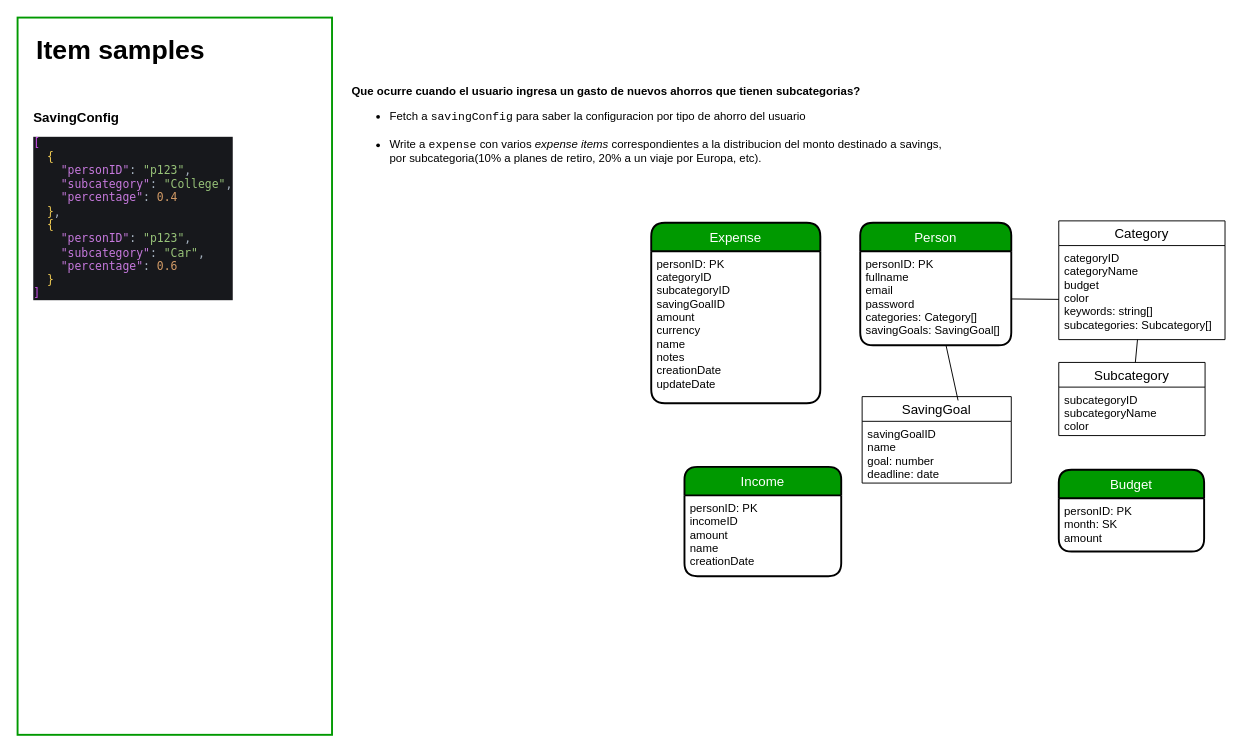
Before: diagrams/money-diagrams.drawio in JoelD7/money, a draw.io diagram. Source tidied: cells renumbered, new cells numbered last; positions are measured from the earlier drawing's top-left corner, leaving out a move shared by most shapes. Both pictures are drawn from the tidied source at 95%, with x=0, y=0 at pixel (17, 17).
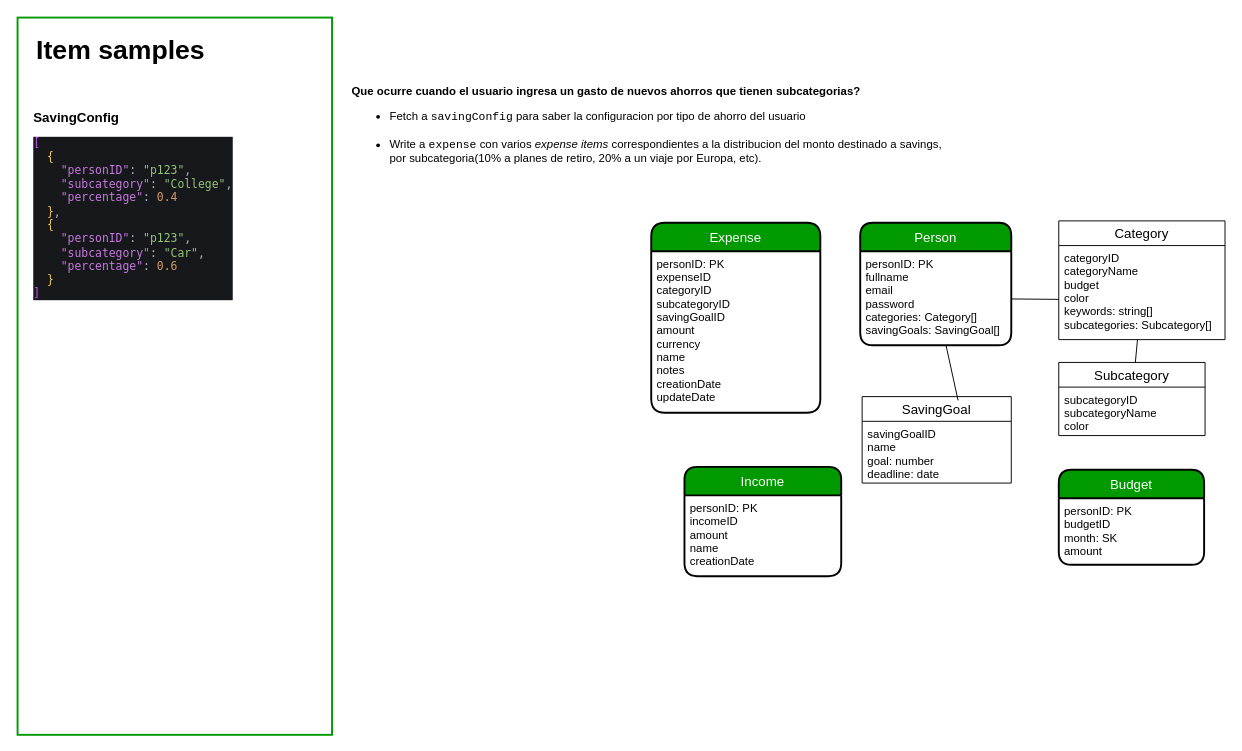
The same diagram, later.

Change to the diagram source:
```diff
@@
     <mxCell id="2" value="Expense" style="swimlane;horizontal=1;startSize=30;rounded=1;fontSize=14;fontStyle=0;strokeWidth=2;shadow=0;dashed=0;align=center;labelBackgroundColor=none;arcSize=16;labelBorderColor=none;swimlaneLine=1;swimlaneFillColor=none;gradientColor=none;gradientDirection=north;fillColor=#009900;fontColor=#FFFFFF;" parent="1" vertex="1">
-      <mxGeometry x="667" y="216" width="178" height="190" as="geometry" />
+      <mxGeometry x="667" y="216" width="178" height="200" as="geometry" />
     </mxCell>
-    <mxCell id="3" value="personID: PK&#10;categoryID&#10;subcategoryID&#10;savingGoalID&#10;amount&#10;currency&#10;name&#10;notes&#10;creationDate&#10;updateDate" style="align=left;strokeColor=none;fillColor=none;spacingLeft=4;fontSize=12;verticalAlign=top;" parent="2" vertex="1">
-      <mxGeometry y="30" width="178" height="160" as="geometry" />
+    <mxCell id="3" value="personID: PK&#10;expenseID&#10;categoryID&#10;subcategoryID&#10;savingGoalID&#10;amount&#10;currency&#10;name&#10;notes&#10;creationDate&#10;updateDate" style="align=left;strokeColor=none;fillColor=none;spacingLeft=4;fontSize=12;verticalAlign=top;" parent="2" vertex="1">
+      <mxGeometry y="30" width="178" height="170" as="geometry" />
     </mxCell>
@@
     <mxCell id="21" value="Budget" style="swimlane;horizontal=1;startSize=30;rounded=1;fontSize=14;fontStyle=0;strokeWidth=2;shadow=0;dashed=0;align=center;fillColor=#009900;fontColor=#FFFFFF;" parent="1" vertex="1">
-      <mxGeometry x="1096" y="476" width="153" height="86" as="geometry" />
+      <mxGeometry x="1096" y="476" width="153" height="100" as="geometry" />
     </mxCell>
-    <mxCell id="22" value="personID: PK&#10;month: SK&#10;amount" style="align=left;strokeColor=none;fillColor=none;spacingLeft=4;fontSize=12;verticalAlign=top;" parent="21" vertex="1">
-      <mxGeometry y="30" width="153" height="56" as="geometry" />
+    <mxCell id="22" value="personID: PK&#10;budgetID&#10;month: SK&#10;amount" style="align=left;strokeColor=none;fillColor=none;spacingLeft=4;fontSize=12;verticalAlign=top;" parent="21" vertex="1">
+      <mxGeometry y="30" width="153" height="70" as="geometry" />
     </mxCell>
```
